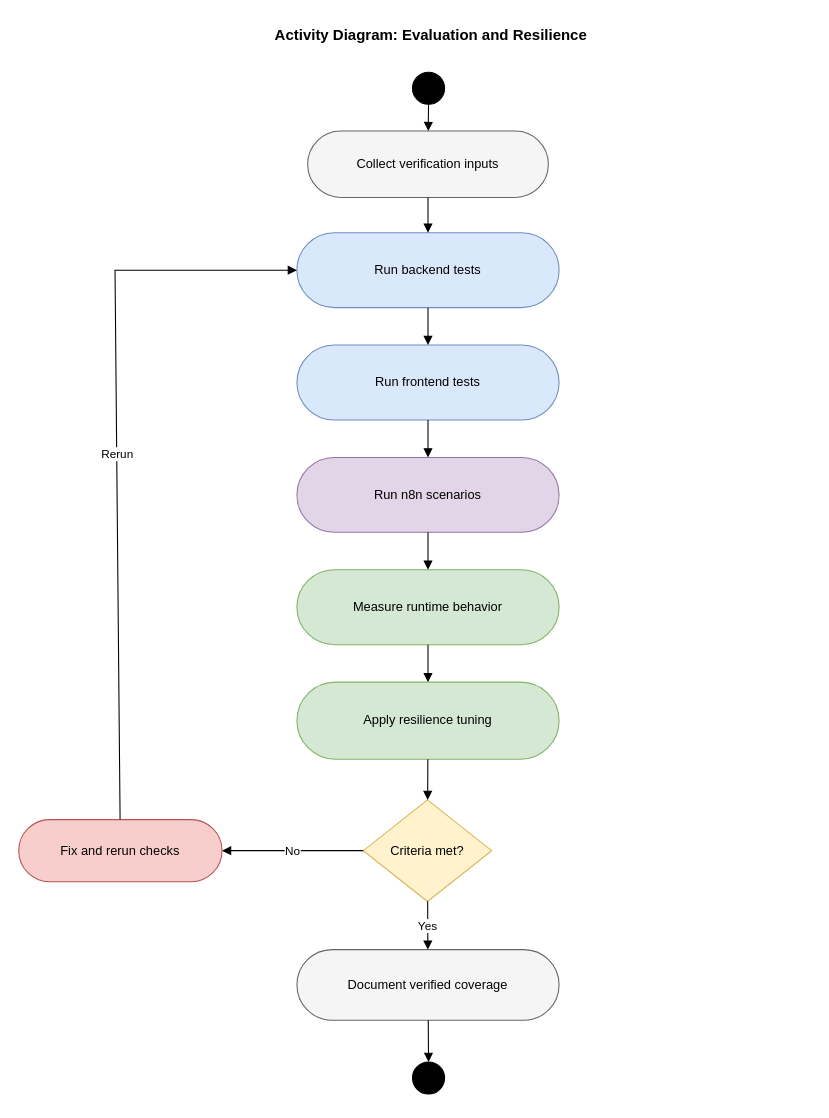
The draw.io diagram report-latex/figures/drawio/chapter6_evaluation_resilience_activity.drawio in Salmen-BA21/Queue-Wait-Time-Estimation, before the edit. Source tidied: cells renumbered, new cells numbered last; positions are measured from the earlier drawing's top-left corner, leaving out a move shared by most shapes. Both pictures are drawn from the tidied source at 107%, with x=0, y=0 at pixel (18, 18).
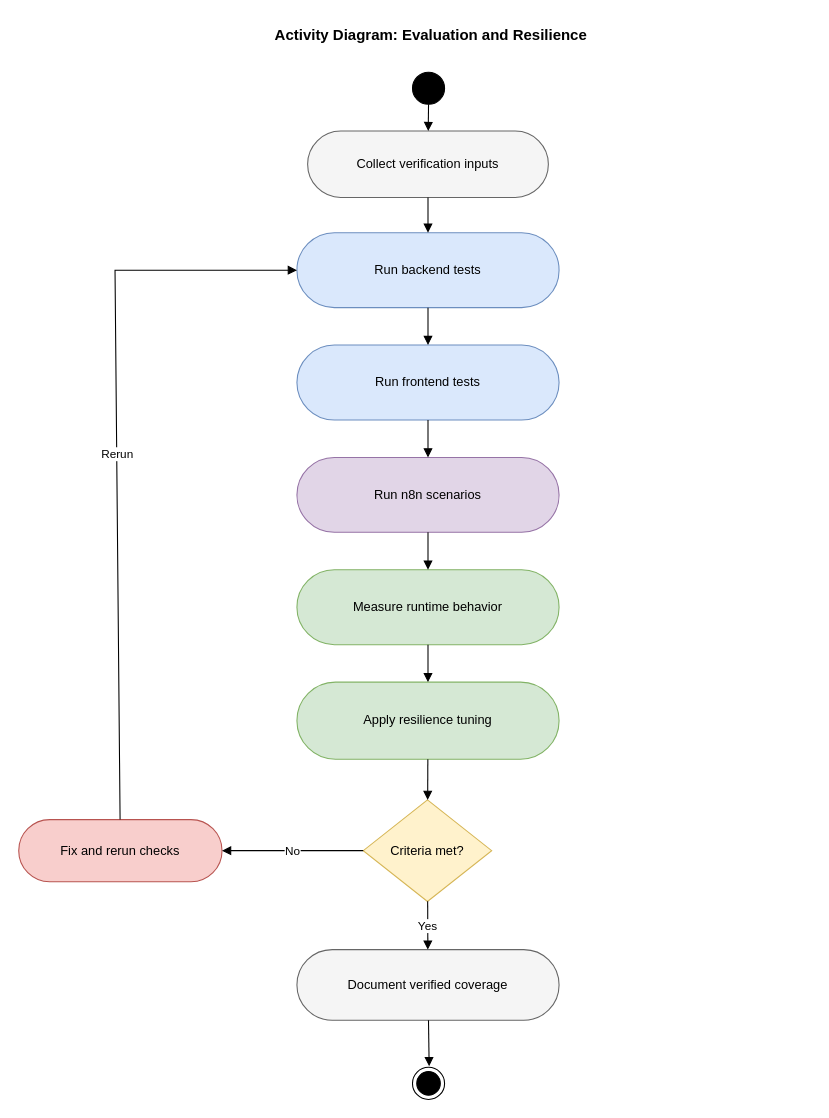
The same page after the edit.

Unchanged cells that the change refers to:
```xml
<mxCell id="12" value="Document verified coverage" style="rounded=1;arcSize=50;fillColor=#f5f5f5;strokeColor=#666666;html=1;whiteSpace=wrap;align=center;verticalAlign=middle;" parent="1" vertex="1">
  <mxGeometry x="260" y="870" width="245" height="66" as="geometry" />
</mxCell>
```

Change to the diagram source:
```diff
@@
-    <mxCell id="13" style="ellipse;shape=doubleEllipse;fillColor=#000000;strokeColor=#000000;html=1;" parent="1" vertex="1">
-      <mxGeometry x="368" y="975" width="30" height="30" as="geometry" />
-    </mxCell>
@@
-    <mxCell id="24" style="endArrow=block;html=1;rounded=0;" parent="1" edge="1" source="12" target="13">
+    <mxCell id="24" style="endArrow=block;html=1;rounded=0;entryX=0.519;entryY=-0.035;entryDx=0;entryDy=0;entryPerimeter=0;" parent="1" edge="1" source="12" target="25">
       <mxGeometry relative="1" as="geometry" />
     </mxCell>
+    <mxCell id="25" style="ellipse;html=1;shape=endState;fillColor=strokeColor;" parent="1" vertex="1">
+      <mxGeometry x="368" y="980" width="30" height="30" as="geometry" />
+    </mxCell>
```
